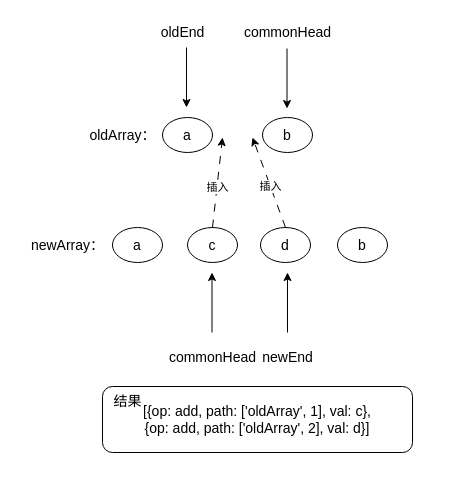
The draw.io diagram 第五章/只有newArray 有剩余数据.drawio in yuxinyu12345/diagrams, before the edit. Source tidied: cells renumbered, new cells numbered last; positions are measured from the earlier drawing's top-left corner, leaving out a move shared by most shapes. Both pictures are drawn from the tidied source at 100%, with x=0, y=0 at pixel (17, 17).
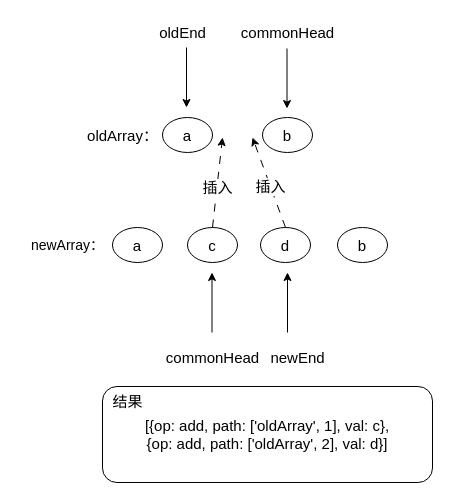
The same page after the edit.

Commit message:
更新只有newArray 有剩余数据.drawio

The edit, as a diff of the source:
```diff
@@
-    <mxCell id="2" value="a" style="ellipse;whiteSpace=wrap;html=1;fontSize=14;" parent="1" vertex="1">
+    <mxCell id="2" value="a" style="ellipse;whiteSpace=wrap;html=1;fontSize=15;" parent="1" vertex="1">
       <mxGeometry x="145" y="100" width="50" height="35" as="geometry" />
     </mxCell>
-    <mxCell id="3" value="b" style="ellipse;whiteSpace=wrap;html=1;fontSize=14;" parent="1" vertex="1">
+    <mxCell id="3" value="b" style="ellipse;whiteSpace=wrap;html=1;fontSize=15;" parent="1" vertex="1">
       <mxGeometry x="245" y="100" width="50" height="35" as="geometry" />
     </mxCell>
-    <mxCell id="4" value="a" style="ellipse;whiteSpace=wrap;html=1;fontSize=14;" parent="1" vertex="1">
+    <mxCell id="4" value="a" style="ellipse;whiteSpace=wrap;html=1;fontSize=15;" parent="1" vertex="1">
       <mxGeometry x="95" y="210" width="50" height="35" as="geometry" />
     </mxCell>
-    <mxCell id="5" value="b" style="ellipse;whiteSpace=wrap;html=1;fontSize=14;" parent="1" vertex="1">
+    <mxCell id="5" value="b" style="ellipse;whiteSpace=wrap;html=1;fontSize=15;" parent="1" vertex="1">
       <mxGeometry x="320" y="210" width="50" height="35" as="geometry" />
     </mxCell>
-    <mxCell id="6" value="c" style="ellipse;whiteSpace=wrap;html=1;fontSize=14;" parent="1" vertex="1">
+    <mxCell id="6" value="c" style="ellipse;whiteSpace=wrap;html=1;fontSize=15;" parent="1" vertex="1">
       <mxGeometry x="170" y="210" width="50" height="35" as="geometry" />
     </mxCell>
-    <mxCell id="7" value="d" style="ellipse;whiteSpace=wrap;html=1;fontSize=14;" parent="1" vertex="1">
+    <mxCell id="7" value="d" style="ellipse;whiteSpace=wrap;html=1;fontSize=15;" parent="1" vertex="1">
       <mxGeometry x="243" y="210" width="50" height="35" as="geometry" />
     </mxCell>
-    <mxCell id="8" style="endArrow=classic;html=1;rounded=0;entryX=0.5;entryY=0;entryDx=0;entryDy=0;fontSize=14;" parent="1" edge="1">
+    <mxCell id="8" style="endArrow=classic;html=1;rounded=0;entryX=0.5;entryY=0;entryDx=0;entryDy=0;fontSize=15;" parent="1" edge="1">
       <mxGeometry relative="1" as="geometry">
         <mxPoint x="269.5" y="31" as="sourcePoint" />
         <mxPoint x="269.5" y="91" as="targetPoint" />
       </mxGeometry>
     </mxCell>
-    <mxCell id="9" value="commonHead" style="text;html=1;align=center;verticalAlign=middle;strokeColor=none;fillColor=none;fontSize=14;" parent="1" vertex="1">
-      <mxGeometry x="215" width="110" height="30" as="geometry" />
+    <mxCell id="9" value="commonHead" style="text;html=1;align=center;verticalAlign=middle;strokeColor=none;fillColor=none;fontSize=15;" parent="1" vertex="1">
+      <mxGeometry x="210" width="120" height="30" as="geometry" />
     </mxCell>
-    <mxCell id="10" style="endArrow=classic;html=1;rounded=0;entryX=0.5;entryY=0;entryDx=0;entryDy=0;fontSize=14;" parent="1" edge="1">
+    <mxCell id="10" style="endArrow=classic;html=1;rounded=0;entryX=0.5;entryY=0;entryDx=0;entryDy=0;fontSize=15;" parent="1" edge="1">
       <mxGeometry relative="1" as="geometry">
         <mxPoint x="169" y="30" as="sourcePoint" />
         <mxPoint x="169" y="90" as="targetPoint" />
       </mxGeometry>
     </mxCell>
-    <mxCell id="11" value="oldEnd" style="text;html=1;align=center;verticalAlign=middle;strokeColor=none;fillColor=none;fontSize=14;" parent="1" vertex="1">
+    <mxCell id="11" value="oldEnd" style="text;html=1;align=center;verticalAlign=middle;strokeColor=none;fillColor=none;fontSize=15;" parent="1" vertex="1">
       <mxGeometry x="130" width="70" height="30" as="geometry" />
     </mxCell>
-    <mxCell id="12" style="endArrow=classic;html=1;rounded=0;fontSize=14;" parent="1" edge="1">
+    <mxCell id="12" style="endArrow=classic;html=1;rounded=0;fontSize=15;" parent="1" edge="1">
       <mxGeometry relative="1" as="geometry">
         <mxPoint x="194.5" y="315" as="sourcePoint" />
         <mxPoint x="194.5" y="255" as="targetPoint" />
       </mxGeometry>
     </mxCell>
-    <mxCell id="13" value="commonHead" style="text;html=1;align=center;verticalAlign=middle;strokeColor=none;fillColor=none;fontSize=14;" parent="1" vertex="1">
-      <mxGeometry x="140" y="325" width="110" height="30" as="geometry" />
+    <mxCell id="13" value="commonHead" style="text;html=1;align=center;verticalAlign=middle;strokeColor=none;fillColor=none;fontSize=15;" parent="1" vertex="1">
+      <mxGeometry x="135" y="325" width="120" height="30" as="geometry" />
     </mxCell>
-    <mxCell id="14" style="endArrow=classic;html=1;rounded=0;fontSize=14;" parent="1" edge="1">
+    <mxCell id="14" style="endArrow=classic;html=1;rounded=0;fontSize=15;" parent="1" edge="1">
       <mxGeometry relative="1" as="geometry">
         <mxPoint x="270" y="315" as="sourcePoint" />
         <mxPoint x="270" y="255" as="targetPoint" />
       </mxGeometry>
     </mxCell>
-    <mxCell id="15" value="newEnd" style="text;html=1;align=center;verticalAlign=middle;strokeColor=none;fillColor=none;fontSize=14;" parent="1" vertex="1">
-      <mxGeometry x="235" y="325" width="70" height="30" as="geometry" />
+    <mxCell id="15" value="newEnd" style="text;html=1;align=center;verticalAlign=middle;strokeColor=none;fillColor=none;fontSize=15;" parent="1" vertex="1">
+      <mxGeometry x="240" y="325" width="80" height="30" as="geometry" />
     </mxCell>
-    <mxCell id="16" style="endArrow=classic;html=1;rounded=0;exitX=0.5;exitY=0;exitDx=0;exitDy=0;dashed=1;dashPattern=8 8;fontSize=14;" parent="1" edge="1" source="6">
+    <mxCell id="16" style="endArrow=classic;html=1;rounded=0;exitX=0.5;exitY=0;exitDx=0;exitDy=0;dashed=1;dashPattern=8 8;fontSize=15;" parent="1" edge="1" source="6">
       <mxGeometry relative="1" as="geometry">
         <mxPoint x="205" y="120" as="targetPoint" />
       </mxGeometry>
     </mxCell>
-    <mxCell id="17" value="插入" style="edgeLabel;html=1;align=center;verticalAlign=middle;" parent="16" vertex="1">
+    <mxCell id="17" value="插入" style="edgeLabel;html=1;align=center;verticalAlign=middle;fontSize=15;" parent="16" vertex="1">
       <mxGeometry x="-0.09" relative="1" as="geometry" />
     </mxCell>
-    <mxCell id="18" style="endArrow=classic;html=1;rounded=0;exitX=0.5;exitY=0;exitDx=0;exitDy=0;dashed=1;dashPattern=8 8;fontSize=14;" parent="1" edge="1" source="7">
+    <mxCell id="18" style="endArrow=classic;html=1;rounded=0;exitX=0.5;exitY=0;exitDx=0;exitDy=0;dashed=1;dashPattern=8 8;fontSize=15;" parent="1" edge="1" source="7">
       <mxGeometry relative="1" as="geometry">
         <mxPoint x="235" y="120" as="targetPoint" />
       </mxGeometry>
     </mxCell>
-    <mxCell id="19" value="插入" style="edgeLabel;html=1;align=center;verticalAlign=middle;" parent="18" vertex="1">
+    <mxCell id="19" value="插入" style="edgeLabel;html=1;align=center;verticalAlign=middle;fontSize=15;" parent="18" vertex="1">
       <mxGeometry x="-0.09" relative="1" as="geometry" />
     </mxCell>
-    <mxCell id="20" value="oldArray：" style="text;html=1;align=center;verticalAlign=middle;strokeColor=none;fillColor=none;fontSize=14;" parent="1" vertex="1">
+    <mxCell id="20" value="oldArray：" style="text;html=1;align=center;verticalAlign=middle;strokeColor=none;fillColor=none;fontSize=15;" parent="1" vertex="1">
       <mxGeometry x="60" y="102.5" width="90" height="30" as="geometry" />
     </mxCell>
@@
-    <mxCell id="22" value="[{op: add, path: ['oldArray', 1], val: c},&lt;br style=&quot;font-size: 14px;&quot;&gt;{op: add, path: ['oldArray', 2], val: d}]" style="rounded=1;whiteSpace=wrap;html=1;fontSize=14;" parent="1" vertex="1">
-      <mxGeometry x="85" y="369" width="310" height="66" as="geometry" />
+    <mxCell id="22" value="[{op: add, path: ['oldArray', 1], val: c},&lt;br style=&quot;font-size: 15px;&quot;&gt;{op: add, path: ['oldArray', 2], val: d}]" style="rounded=1;whiteSpace=wrap;html=1;fontSize=15;" parent="1" vertex="1">
+      <mxGeometry x="85" y="369" width="330" height="96" as="geometry" />
     </mxCell>
-    <mxCell id="23" value="结果" style="text;html=1;align=center;verticalAlign=middle;strokeColor=none;fillColor=none;fontSize=14;" parent="1" vertex="1">
+    <mxCell id="23" value="结果" style="text;html=1;align=center;verticalAlign=middle;strokeColor=none;fillColor=none;fontSize=15;" parent="1" vertex="1">
       <mxGeometry x="85" y="369" width="50" height="30" as="geometry" />
     </mxCell>
```
